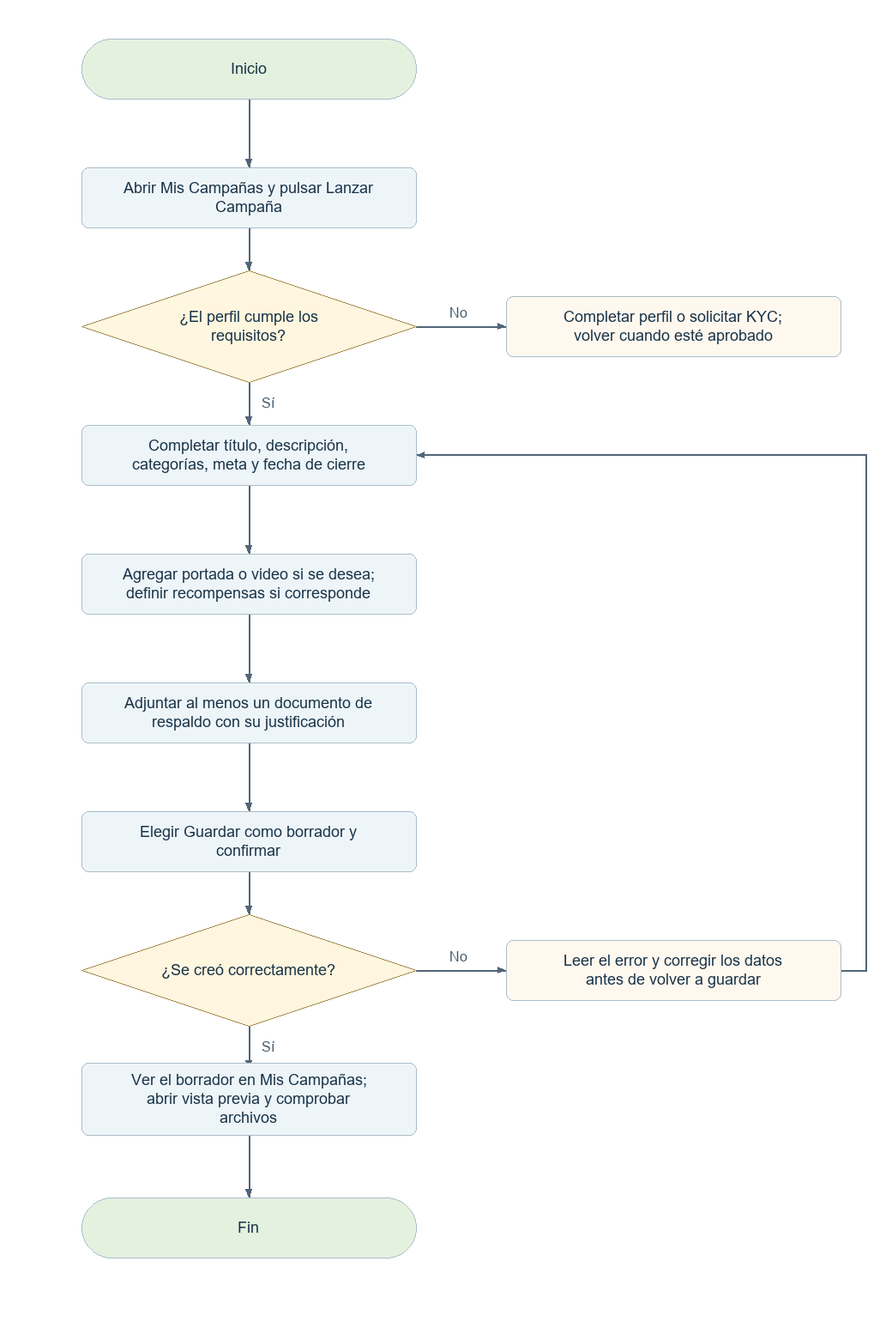
This is docs/diagramas-web/png/E03.png from elingeyesdev/t3-crowdfunding-inversion, a Mermaid export, as it was before one commit. Its source is kept beside it as docs/diagramas-web/mermaid/E03.mmd. Its diagram source:
```mermaid
flowchart TD
  N0(["Inicio"])
  N0 --> N1
  N1["Abrir Mis Campañas y pulsar Lanzar Campaña"]
  N1 --> N2
  N2{"¿El perfil cumple los requisitos?"}
  N2 -->|"Sí"| N3
  B2(["Completar perfil o solicitar KYC; volver cuando esté aprobado"])
  N2 -->|"No"| B2
  N3["Completar título, descripción, categorías, meta y fecha de cierre"]
  N3 --> N4
  N4["Agregar portada o video si se desea; definir recompensas si corresponde"]
  N4 --> N5
  N5["Adjuntar al menos un documento de respaldo con su justificación"]
  N5 --> N6
  N6["Elegir Guardar como borrador y confirmar"]
  N6 --> N7
  N7{"¿Se creó correctamente?"}
  N7 -->|"Sí"| N8
  B7["Leer el error y corregir los datos antes de volver a guardar"]
  N7 -->|"No"| B7
  B7 --> N3
  N8["Ver el borrador en Mis Campañas; abrir vista previa y comprobar archivos"]
  N8 --> N9
  N9(["Fin"])
```
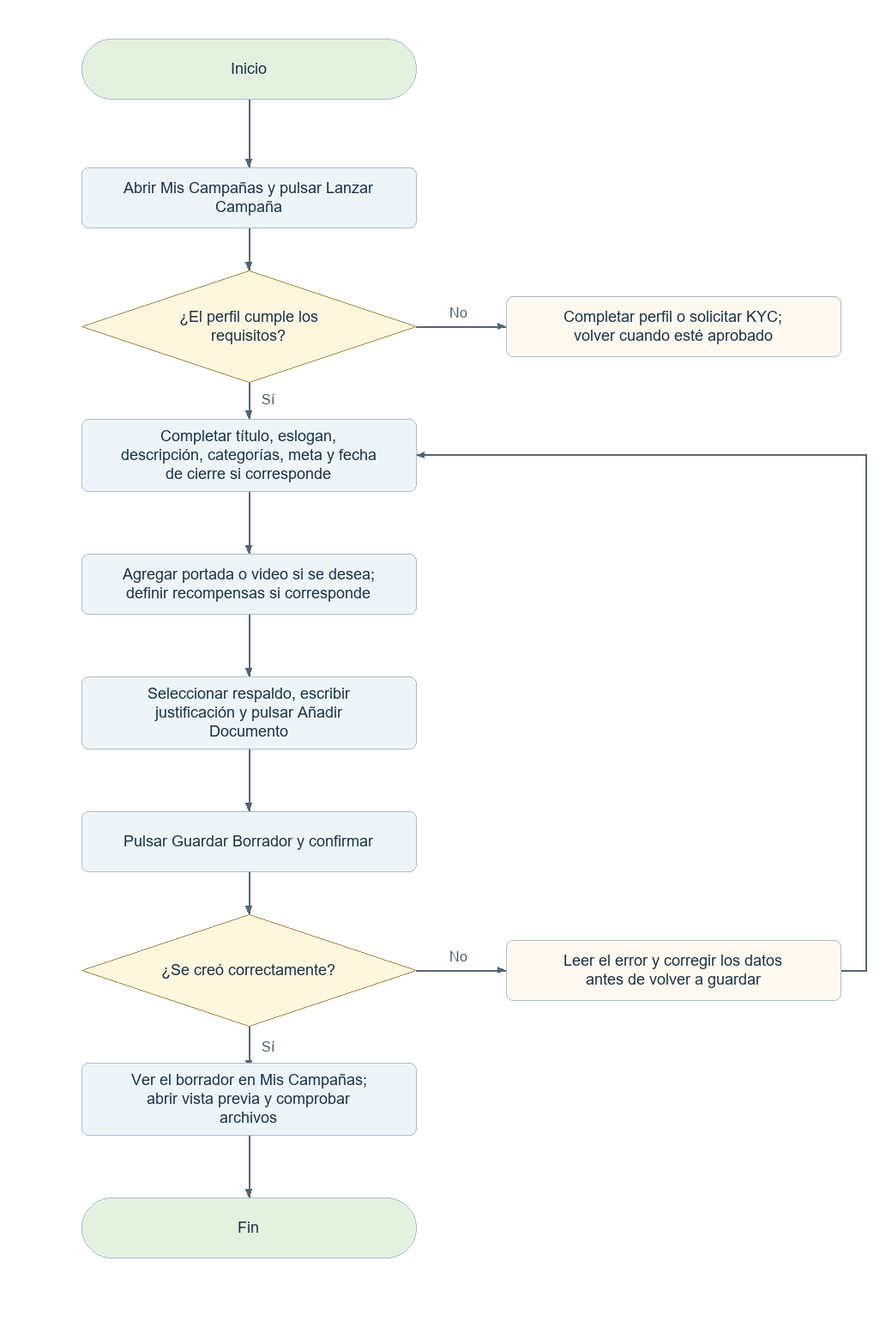
The same diagram one commit later.

The edit, as a diff of the source:
```diff
@@ -7,13 +7,13 @@
   N2 -->|"Sí"| N3
   B2(["Completar perfil o solicitar KYC; volver cuando esté aprobado"])
   N2 -->|"No"| B2
-  N3["Completar título, descripción, categorías, meta y fecha de cierre"]
+  N3["Completar título, eslogan, descripción, categorías, meta y fecha de cierre si corresponde"]
   N3 --> N4
   N4["Agregar portada o video si se desea; definir recompensas si corresponde"]
   N4 --> N5
-  N5["Adjuntar al menos un documento de respaldo con su justificación"]
+  N5["Seleccionar respaldo, escribir justificación y pulsar Añadir Documento"]
   N5 --> N6
-  N6["Elegir Guardar como borrador y confirmar"]
+  N6["Pulsar Guardar Borrador y confirmar"]
   N6 --> N7
   N7{"¿Se creó correctamente?"}
   N7 -->|"Sí"| N8
```
